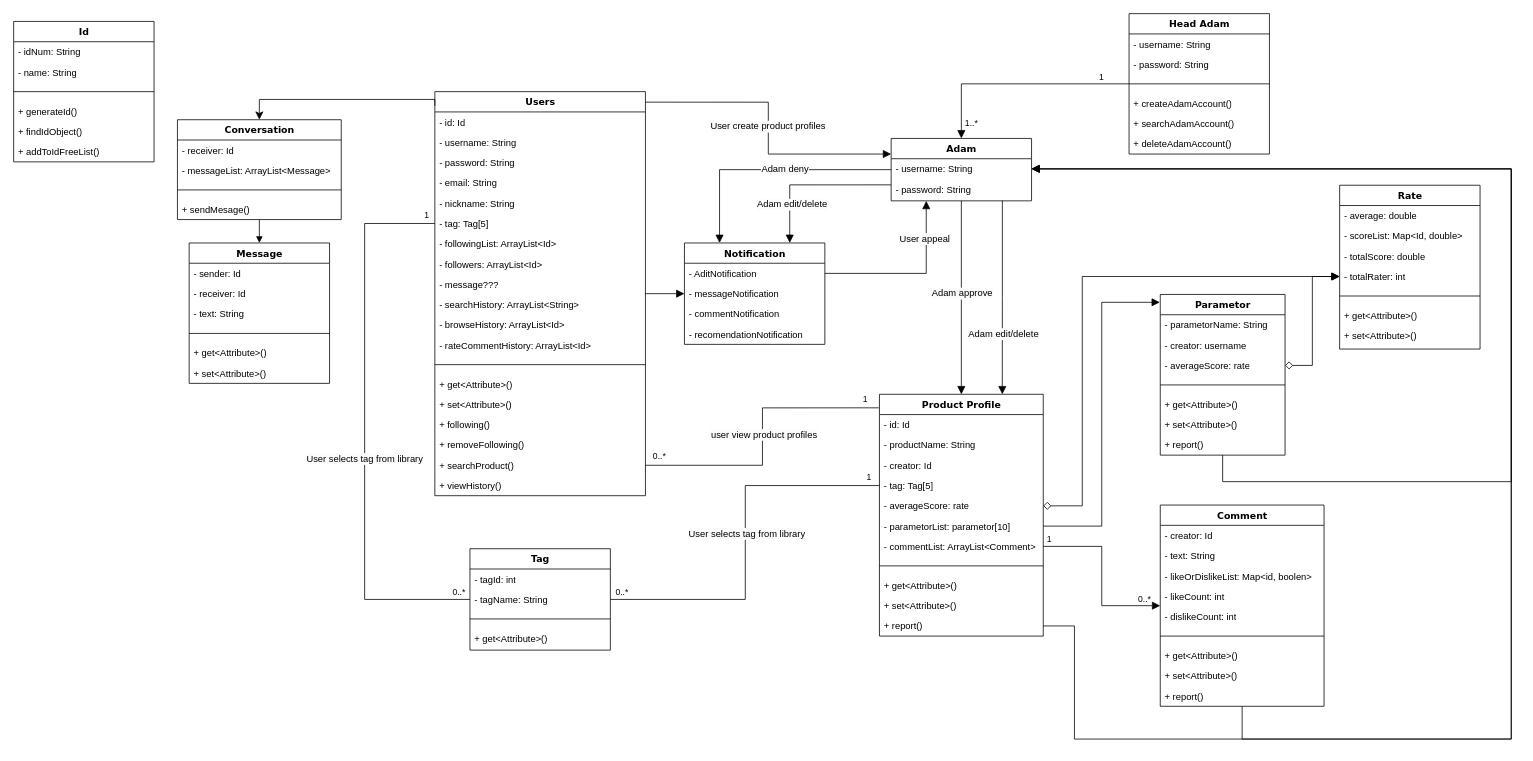
Earlier version of the draw.io diagram Class Diagram.drawio (nd1739655076/Judge_Everything). Source tidied: cells renumbered, new cells numbered last; positions are measured from the earlier drawing's top-left corner, leaving out a move shared by most shapes. Both pictures are drawn from the tidied source at 78%, with x=0, y=0 at pixel (13, 13).
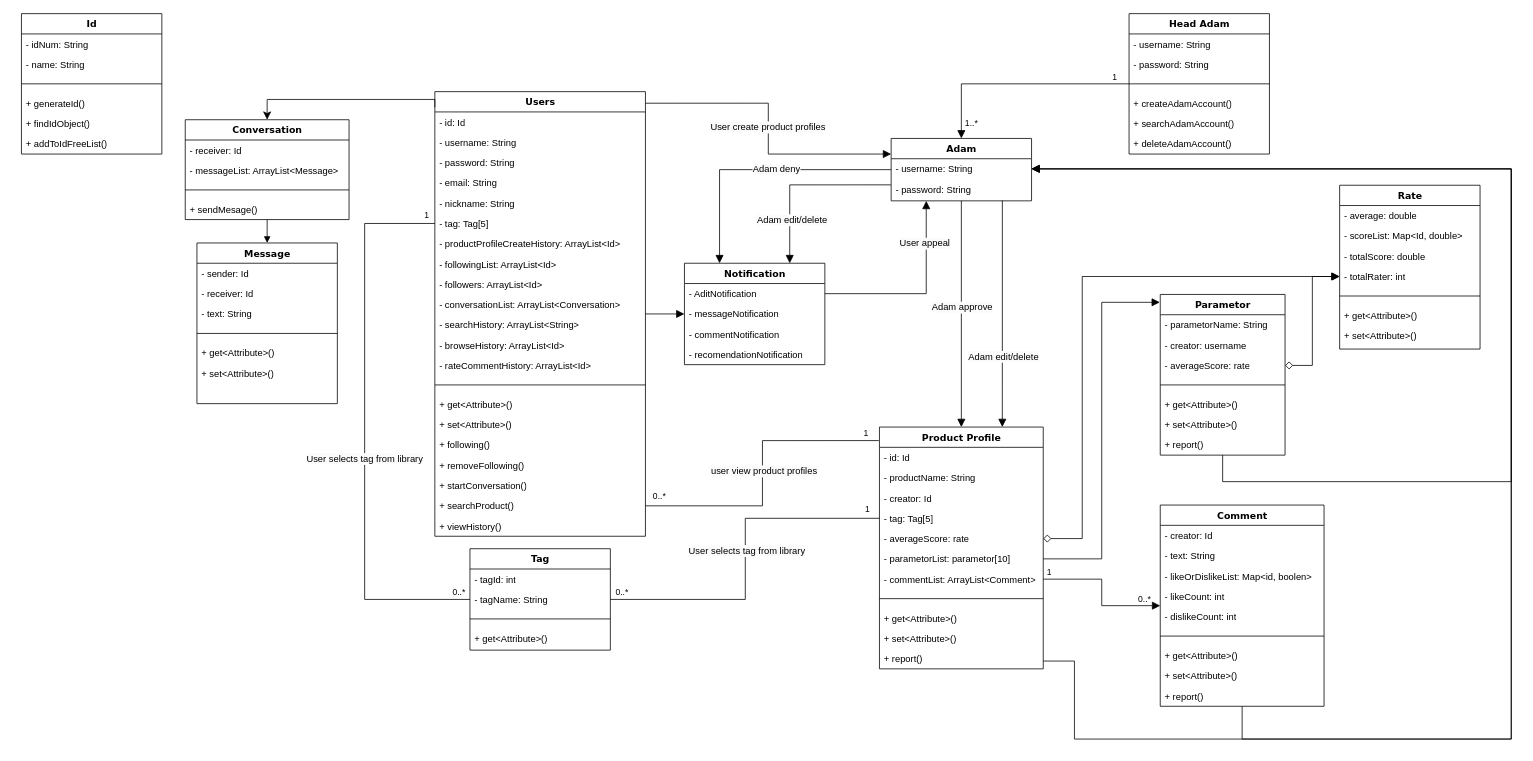
The same page after the edit.

Unchanged cells that the change refers to:
```xml
<mxCell id="33" value="+ report()" style="text;html=1;strokeColor=none;fillColor=none;align=left;verticalAlign=top;spacingLeft=4;spacingRight=4;whiteSpace=wrap;overflow=hidden;points=[[0,0.5],[1,0.5]];portConstraint=eastwest;labelBackgroundColor=none;" parent="22" vertex="1">
  <mxGeometry y="284" width="210" height="26" as="geometry" />
</mxCell>
<mxCell id="70" style="endArrow=none;endFill=0;html=1;edgeStyle=elbowEdgeStyle;align=left;verticalAlign=top;rounded=0;fontSize=12;startSize=8;endSize=8;startArrow=none;startFill=0;labelBackgroundColor=none;fontColor=default;" parent="1" edge="1" source="58" target="26">
  <mxGeometry x="-0.78" y="-59" relative="1" as="geometry" />
</mxCell>
<mxCell id="83" value="- username: String" style="text;html=1;strokeColor=none;fillColor=none;align=left;verticalAlign=top;spacingLeft=4;spacingRight=4;whiteSpace=wrap;overflow=hidden;points=[[0,0.5],[1,0.5]];portConstraint=eastwest;labelBackgroundColor=none;" parent="82" vertex="1">
  <mxGeometry y="26" width="180" height="26" as="geometry" />
</mxCell>
<mxCell id="85" style="endArrow=block;endFill=1;html=1;edgeStyle=orthogonalEdgeStyle;align=left;verticalAlign=top;rounded=0;fontSize=12;startSize=8;endSize=8;entryX=0.5;entryY=0;entryDx=0;entryDy=0;labelBackgroundColor=none;fontColor=default;" parent="1" edge="1" source="74" target="82">
  <mxGeometry x="-0.64" y="-114" relative="1" as="geometry" />
</mxCell>
```

Diff of the diagram source:
```diff
@@
     <mxCell id="2" value="Users" style="swimlane;html=1;fontStyle=1;align=center;verticalAlign=top;horizontal=1;startSize=26;swimlaneFillColor=#ffffff;rounded=0;shadow=0;comic=0;labelBackgroundColor=none;strokeWidth=1;fillColor=none;fontFamily=Verdana;fontSize=12;" parent="1" vertex="1">
-      <mxGeometry x="540" y="100" width="270" height="518" as="geometry" />
+      <mxGeometry x="540" y="100" width="270" height="570" as="geometry" />
     </mxCell>
@@
+    <mxCell id="138" value="- productProfileCreateHistory: ArrayList&amp;lt;Id&amp;gt;" style="text;html=1;strokeColor=none;fillColor=none;align=left;verticalAlign=top;spacingLeft=4;spacingRight=4;whiteSpace=wrap;overflow=hidden;labelBackgroundColor=none;" parent="2" vertex="1">
+      <mxGeometry y="182" width="270" height="26" as="geometry" />
+    </mxCell>
     <mxCell id="9" value="- followingList: ArrayList&amp;lt;Id&amp;gt;&amp;nbsp;" style="text;html=1;strokeColor=none;fillColor=none;align=left;verticalAlign=top;spacingLeft=4;spacingRight=4;whiteSpace=wrap;overflow=hidden;labelBackgroundColor=none;" parent="2" vertex="1">
-      <mxGeometry y="182" width="270" height="26" as="geometry" />
+      <mxGeometry y="208" width="270" height="26" as="geometry" />
     </mxCell>
     <mxCell id="10" value="- followers: ArrayList&amp;lt;Id&amp;gt;" style="text;html=1;strokeColor=none;fillColor=none;align=left;verticalAlign=top;spacingLeft=4;spacingRight=4;whiteSpace=wrap;overflow=hidden;labelBackgroundColor=none;" parent="2" vertex="1">
-      <mxGeometry y="208" width="270" height="26" as="geometry" />
+      <mxGeometry y="234" width="270" height="26" as="geometry" />
     </mxCell>
-    <mxCell id="11" value="- message???" style="text;html=1;strokeColor=none;fillColor=none;align=left;verticalAlign=top;spacingLeft=4;spacingRight=4;whiteSpace=wrap;overflow=hidden;labelBackgroundColor=none;" parent="2" vertex="1">
-      <mxGeometry y="234" width="270" height="26" as="geometry" />
+    <mxCell id="11" value="- conversationList: ArrayList&amp;lt;Conversation&amp;gt;&amp;nbsp;" style="text;html=1;strokeColor=none;fillColor=none;align=left;verticalAlign=top;spacingLeft=4;spacingRight=4;whiteSpace=wrap;overflow=hidden;labelBackgroundColor=none;" parent="2" vertex="1">
+      <mxGeometry y="260" width="270" height="26" as="geometry" />
     </mxCell>
     <mxCell id="12" value="- searchHistory: ArrayList&amp;lt;String&amp;gt;" style="text;html=1;strokeColor=none;fillColor=none;align=left;verticalAlign=top;spacingLeft=4;spacingRight=4;whiteSpace=wrap;overflow=hidden;labelBackgroundColor=none;" parent="2" vertex="1">
-      <mxGeometry y="260" width="270" height="26" as="geometry" />
+      <mxGeometry y="286" width="270" height="26" as="geometry" />
     </mxCell>
     <mxCell id="13" value="- browseHistory: ArrayList&amp;lt;Id&amp;gt;" style="text;html=1;strokeColor=none;fillColor=none;align=left;verticalAlign=top;spacingLeft=4;spacingRight=4;whiteSpace=wrap;overflow=hidden;labelBackgroundColor=none;" parent="2" vertex="1">
-      <mxGeometry y="286" width="270" height="26" as="geometry" />
+      <mxGeometry y="312" width="270" height="26" as="geometry" />
     </mxCell>
     <mxCell id="14" value="- rateCommentHistory: ArrayList&amp;lt;Id&amp;gt;" style="text;html=1;strokeColor=none;fillColor=none;align=left;verticalAlign=top;spacingLeft=4;spacingRight=4;whiteSpace=wrap;overflow=hidden;labelBackgroundColor=none;" parent="2" vertex="1">
-      <mxGeometry y="312" width="270" height="26" as="geometry" />
+      <mxGeometry y="338" width="270" height="26" as="geometry" />
     </mxCell>
     <mxCell id="15" style="line;html=1;strokeWidth=1;fillColor=none;align=left;verticalAlign=middle;spacingTop=-1;spacingLeft=3;spacingRight=3;labelPosition=right;labelBackgroundColor=none;" parent="2" vertex="1">
-      <mxGeometry y="338" width="270" height="24" as="geometry" />
+      <mxGeometry y="364" width="270" height="24" as="geometry" />
     </mxCell>
     <mxCell id="16" value="+ get&amp;lt;Attribute&amp;gt;()" style="text;html=1;strokeColor=none;fillColor=none;align=left;verticalAlign=top;spacingLeft=4;spacingRight=4;whiteSpace=wrap;overflow=hidden;labelBackgroundColor=none;" parent="2" vertex="1">
-      <mxGeometry y="362" width="270" height="26" as="geometry" />
+      <mxGeometry y="388" width="270" height="26" as="geometry" />
     </mxCell>
     <mxCell id="17" value="+ set&amp;lt;Attribute&amp;gt;()" style="text;html=1;strokeColor=none;fillColor=none;align=left;verticalAlign=top;spacingLeft=4;spacingRight=4;whiteSpace=wrap;overflow=hidden;labelBackgroundColor=none;" parent="2" vertex="1">
-      <mxGeometry y="388" width="270" height="26" as="geometry" />
+      <mxGeometry y="414" width="270" height="26" as="geometry" />
     </mxCell>
     <mxCell id="18" value="+ following()" style="text;html=1;strokeColor=none;fillColor=none;align=left;verticalAlign=top;spacingLeft=4;spacingRight=4;whiteSpace=wrap;overflow=hidden;labelBackgroundColor=none;" parent="2" vertex="1">
-      <mxGeometry y="414" width="270" height="26" as="geometry" />
+      <mxGeometry y="440" width="270" height="26" as="geometry" />
     </mxCell>
     <mxCell id="19" value="+ removeFollowing()" style="text;html=1;strokeColor=none;fillColor=none;align=left;verticalAlign=top;spacingLeft=4;spacingRight=4;whiteSpace=wrap;overflow=hidden;labelBackgroundColor=none;" parent="2" vertex="1">
-      <mxGeometry y="440" width="270" height="26" as="geometry" />
+      <mxGeometry y="466" width="270" height="26" as="geometry" />
     </mxCell>
+    <mxCell id="139" value="+ startConversation()" style="text;html=1;strokeColor=none;fillColor=none;align=left;verticalAlign=top;spacingLeft=4;spacingRight=4;whiteSpace=wrap;overflow=hidden;labelBackgroundColor=none;" parent="2" vertex="1">
+      <mxGeometry y="492" width="270" height="26" as="geometry" />
+    </mxCell>
     <mxCell id="20" value="+ searchProduct()" style="text;html=1;strokeColor=none;fillColor=none;align=left;verticalAlign=top;spacingLeft=4;spacingRight=4;whiteSpace=wrap;overflow=hidden;points=[[0,0.5],[1,0.5]];portConstraint=eastwest;labelBackgroundColor=none;" parent="2" vertex="1">
-      <mxGeometry y="466" width="270" height="26" as="geometry" />
+      <mxGeometry y="518" width="270" height="26" as="geometry" />
     </mxCell>
     <mxCell id="21" value="+ viewHistory()" style="text;html=1;strokeColor=none;fillColor=none;align=left;verticalAlign=top;spacingLeft=4;spacingRight=4;whiteSpace=wrap;overflow=hidden;labelBackgroundColor=none;" parent="2" vertex="1">
-      <mxGeometry y="492" width="270" height="26" as="geometry" />
+      <mxGeometry y="544" width="270" height="26" as="geometry" />
     </mxCell>
     <mxCell id="22" value="Product Profile" style="swimlane;html=1;fontStyle=1;align=center;verticalAlign=top;horizontal=1;startSize=26;swimlaneFillColor=#ffffff;rounded=0;shadow=0;comic=0;labelBackgroundColor=none;strokeWidth=1;fillColor=none;fontFamily=Verdana;fontSize=12;" parent="1" vertex="1">
-      <mxGeometry x="1110" y="488" width="210" height="310" as="geometry" />
+      <mxGeometry x="1110" y="530" width="210" height="310" as="geometry" />
     </mxCell>
@@
     <mxCell id="63" value="Id" style="swimlane;html=1;fontStyle=1;align=center;verticalAlign=top;horizontal=1;startSize=26;swimlaneFillColor=#ffffff;rounded=0;shadow=0;comic=0;labelBackgroundColor=none;strokeWidth=1;fillColor=none;fontFamily=Verdana;fontSize=12;" parent="1" vertex="1">
-      <mxGeometry y="10" width="180" height="180" as="geometry" />
+      <mxGeometry x="10" width="180" height="180" as="geometry" />
     </mxCell>
@@
     <mxCell id="71" value="1" style="edgeLabel;html=1;align=left;verticalAlign=bottom;labelBackgroundColor=none;" parent="70" vertex="1">
       <mxGeometry x="-1" relative="1" as="geometry">
-        <mxPoint x="327" y="-149" as="offset" />
+        <mxPoint x="325" y="-108" as="offset" />
       </mxGeometry>
     </mxCell>
@@
     <mxCell id="81" value="1" style="edgeLabel;html=1;align=left;verticalAlign=top;labelBackgroundColor=none;" parent="1" vertex="1">
-      <mxGeometry x="1087" y="482" as="geometry" />
+      <mxGeometry x="1088" y="525" as="geometry" />
     </mxCell>
@@
     <mxCell id="86" value="1" style="edgeLabel;html=1;align=left;verticalAlign=bottom;labelBackgroundColor=none;" parent="85" vertex="1">
       <mxGeometry x="-1" relative="1" as="geometry">
-        <mxPoint x="-40" as="offset" />
+        <mxPoint x="-23" as="offset" />
       </mxGeometry>
     </mxCell>
@@
     <mxCell id="95" value="Notification" style="swimlane;html=1;fontStyle=1;align=center;verticalAlign=top;horizontal=1;startSize=26;swimlaneFillColor=#ffffff;rounded=0;shadow=0;comic=0;labelBackgroundColor=none;strokeWidth=1;fillColor=none;fontFamily=Verdana;fontSize=12;" parent="1" vertex="1">
-      <mxGeometry x="860" y="294" width="180" height="130" as="geometry" />
+      <mxGeometry x="860" y="320" width="180" height="130" as="geometry" />
     </mxCell>
@@
     <mxCell id="121" style="endArrow=block;endFill=1;html=1;edgeStyle=orthogonalEdgeStyle;align=left;verticalAlign=top;rounded=0;fontSize=12;startSize=8;endSize=8;entryX=1;entryY=0.5;entryDx=0;entryDy=0;labelBackgroundColor=none;fontColor=default;" parent="1" edge="1" source="33" target="83">
       <mxGeometry x="-1" relative="1" as="geometry">
         <Array as="points">
-          <mxPoint x="1360" y="785" />
+          <mxPoint x="1360" y="830" />
           <mxPoint x="1360" y="930" />
           <mxPoint x="1920" y="930" />
           <mxPoint x="1920" y="199" />
         </Array>
       </mxGeometry>
     </mxCell>
@@
     <mxCell id="123" value="Message" style="swimlane;html=1;fontStyle=1;align=center;verticalAlign=top;horizontal=1;startSize=26;swimlaneFillColor=#ffffff;rounded=0;shadow=0;comic=0;labelBackgroundColor=none;strokeWidth=1;fillColor=none;fontFamily=Verdana;fontSize=12;" parent="1" vertex="1">
-      <mxGeometry x="225" y="294" width="180" height="180" as="geometry" />
+      <mxGeometry x="235" y="294" width="180" height="206" as="geometry" />
     </mxCell>
@@
     <mxCell id="132" value="Conversation" style="swimlane;html=1;fontStyle=1;align=center;verticalAlign=top;horizontal=1;startSize=26;swimlaneFillColor=#ffffff;rounded=0;shadow=0;comic=0;labelBackgroundColor=none;strokeWidth=1;fillColor=none;fontFamily=Verdana;fontSize=12;" parent="1" vertex="1">
-      <mxGeometry x="210" y="136" width="210" height="128" as="geometry" />
+      <mxGeometry x="220" y="136" width="210" height="128" as="geometry" />
     </mxCell>
```
